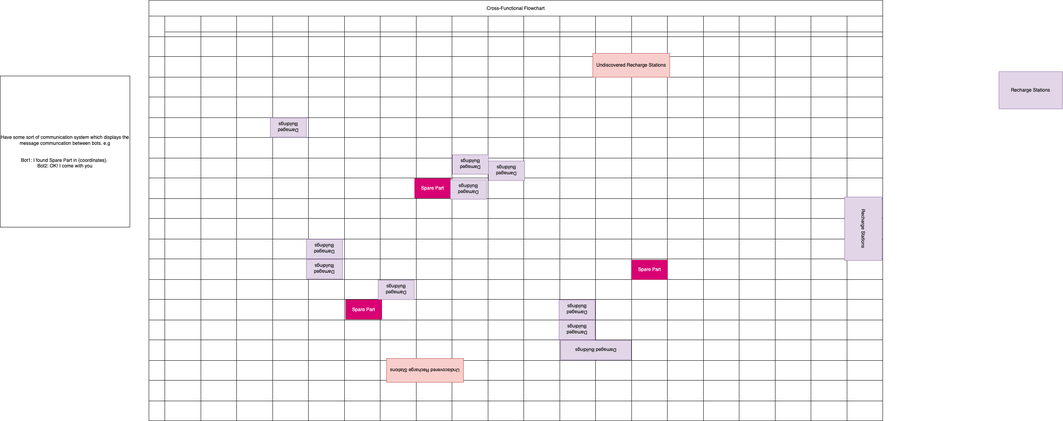
This is diagrams/map_example.png from Raul-Prisecaru/Techburg-city, a draw.io export, as it was before one commit. Source tidied: cells renumbered, new cells last; positions are measured from the earlier drawing's top-left corner, leaving out a move shared by most shapes.
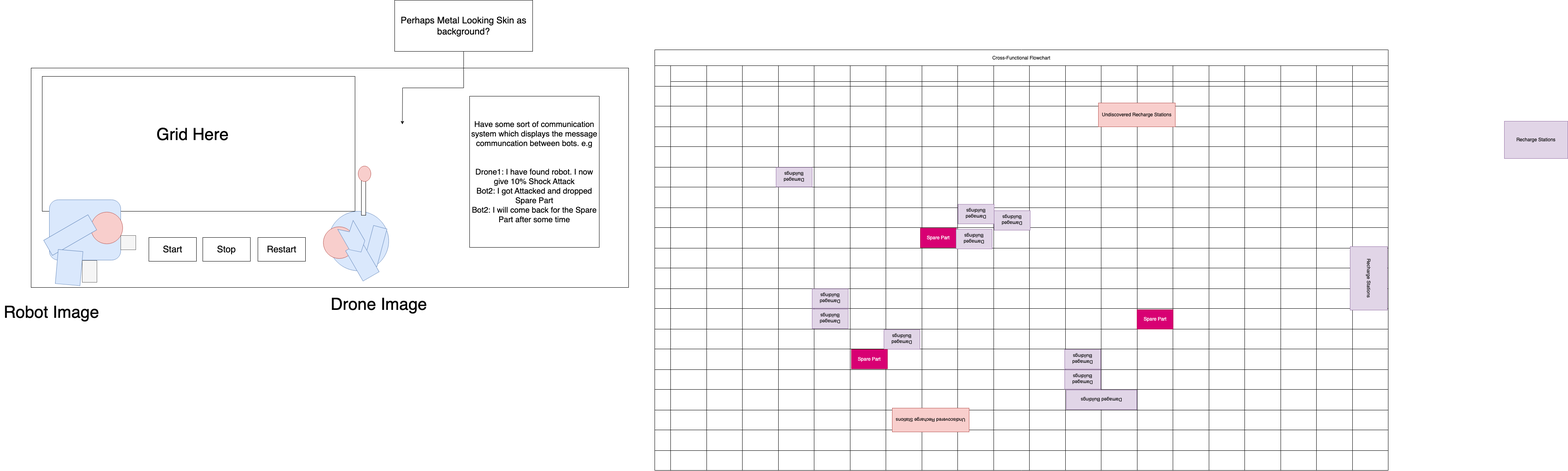
Later version of the same file.

Commit message:
Created a little mockup design for how GUI may look like

Diff of the diagram source:
```diff
@@ -2,6 +2,9 @@
   <root>
     <mxCell id="0" />
     <mxCell id="1" parent="0" />
+    <mxCell id="452" style="whiteSpace=wrap;html=1;" parent="1" vertex="1">
+      <mxGeometry x="-1198" y="46" width="1507" height="553" as="geometry" />
+    </mxCell>
     <mxCell id="2" value="Cross-Functional Flowchart" style="shape=table;startSize=40;" parent="1" vertex="1">
       <mxGeometry x="375" width="1850" height="1060" as="geometry" />
     </mxCell>
@@ -1349,8 +1352,76 @@
     <mxCell id="450" value="Recharge Stations" style="whiteSpace=wrap;html=1;fillColor=#e1d5e7;strokeColor=#9673a6;rotation=0;" parent="1" vertex="1">
       <mxGeometry x="2518" y="180" width="160" height="94" as="geometry" />
     </mxCell>
-    <mxCell id="451" value="Have some sort of communication system which displays the message communcation between bots. e.g&lt;br&gt;&lt;br&gt;&lt;br&gt;Bot1: I found Spare Part in {coordinates}.&amp;nbsp;&lt;br&gt;Bot2: OK! I come with you" style="whiteSpace=wrap;html=1;" parent="1" vertex="1">
-      <mxGeometry y="191" width="327" height="381" as="geometry" />
+    <mxCell id="451" value="&lt;font style=&quot;font-size: 20px;&quot;&gt;Have some sort of communication system which displays the message communcation between bots. e.g&lt;br&gt;&lt;br&gt;&lt;br&gt;Drone1: I have found robot. I now give 10% Shock Attack&lt;br&gt;Bot2: I got Attacked and dropped Spare Part&lt;br&gt;Bot2: I will come back for the Spare Part after some time&lt;br&gt;&lt;/font&gt;" style="whiteSpace=wrap;html=1;" parent="1" vertex="1">
+      <mxGeometry x="-92" y="117" width="327" height="381" as="geometry" />
     </mxCell>
+    <mxCell id="453" style="whiteSpace=wrap;html=1;" parent="1" vertex="1">
+      <mxGeometry x="-1170" y="67" width="789" height="340" as="geometry" />
+    </mxCell>
+    <mxCell id="454" style="rounded=1;whiteSpace=wrap;html=1;fillColor=#dae8fc;strokeColor=#6c8ebf;" parent="1" vertex="1">
+      <mxGeometry x="-1152" y="378" width="180" height="152" as="geometry" />
+    </mxCell>
+    <mxCell id="455" style="ellipse;whiteSpace=wrap;html=1;fillColor=#f8cecc;strokeColor=#b85450;" parent="1" vertex="1">
+      <mxGeometry x="-1047" y="409" width="80" height="80" as="geometry" />
+    </mxCell>
+    <mxCell id="456" style="whiteSpace=wrap;html=1;rotation=-30;fillColor=#dae8fc;strokeColor=#6c8ebf;" parent="1" vertex="1">
+      <mxGeometry x="-1164" y="445" width="129" height="44" as="geometry" />
+    </mxCell>
+    <mxCell id="457" style="whiteSpace=wrap;html=1;fillColor=#f5f5f5;strokeColor=#666666;fontColor=#333333;" parent="1" vertex="1">
+      <mxGeometry x="-972" y="468" width="38" height="36" as="geometry" />
+    </mxCell>
+    <mxCell id="458" style="whiteSpace=wrap;html=1;rotation=-85;fillColor=#dae8fc;strokeColor=#6c8ebf;" parent="1" vertex="1">
+      <mxGeometry x="-1145.3" y="517.6" width="86.3" height="62.5" as="geometry" />
+    </mxCell>
+    <mxCell id="459" style="whiteSpace=wrap;html=1;fillColor=#f5f5f5;strokeColor=#666666;fontColor=#333333;" parent="1" vertex="1">
+      <mxGeometry x="-1069" y="531" width="37" height="55" as="geometry" />
+    </mxCell>
+    <mxCell id="460" style="ellipse;whiteSpace=wrap;html=1;fillColor=#dae8fc;strokeColor=#6c8ebf;" parent="1" vertex="1">
+      <mxGeometry x="-448" y="407" width="152" height="150" as="geometry" />
+    </mxCell>
+    <mxCell id="461" style="ellipse;whiteSpace=wrap;html=1;fillColor=#f8cecc;strokeColor=#b85450;" parent="1" vertex="1">
+      <mxGeometry x="-461" y="446" width="80" height="80" as="geometry" />
+    </mxCell>
+    <mxCell id="462" style="whiteSpace=wrap;html=1;rotation=-75;fillColor=#dae8fc;strokeColor=#6c8ebf;" parent="1" vertex="1">
+      <mxGeometry x="-379" y="477" width="98" height="35" as="geometry" />
+    </mxCell>
+    <mxCell id="463" style="whiteSpace=wrap;html=1;rotation=-210;fillColor=#dae8fc;strokeColor=#6c8ebf;" parent="1" vertex="1">
+      <mxGeometry x="-386" y="489" width="47" height="88" as="geometry" />
+    </mxCell>
+    <mxCell id="464" style="shape=step;perimeter=stepPerimeter;whiteSpace=wrap;html=1;fixedSize=1;rotation=60;fillColor=#dae8fc;strokeColor=#6c8ebf;" parent="1" vertex="1">
+      <mxGeometry x="-425" y="453" width="79" height="45" as="geometry" />
+    </mxCell>
+    <mxCell id="465" style="whiteSpace=wrap;html=1;" parent="1" vertex="1">
+      <mxGeometry x="-365" y="319" width="11" height="98" as="geometry" />
+    </mxCell>
+    <mxCell id="466" style="ellipse;whiteSpace=wrap;html=1;fillColor=#f8cecc;strokeColor=#b85450;" parent="1" vertex="1">
+      <mxGeometry x="-373" y="293" width="32" height="39" as="geometry" />
+    </mxCell>
+    <mxCell id="467" value="&lt;font style=&quot;font-size: 42px;&quot;&gt;Grid Here&lt;/font&gt;" style="text;html=1;align=center;verticalAlign=middle;strokeColor=none;fillColor=none;" parent="1" vertex="1">
+      <mxGeometry x="-891" y="183" width="200" height="62" as="geometry" />
+    </mxCell>
+    <mxCell id="468" value="&lt;font style=&quot;font-size: 42px;&quot;&gt;Robot Image&lt;/font&gt;" style="text;html=1;align=center;verticalAlign=middle;strokeColor=none;fillColor=none;" parent="1" vertex="1">
+      <mxGeometry x="-1276" y="631" width="258" height="62" as="geometry" />
+    </mxCell>
+    <mxCell id="469" value="&lt;font style=&quot;font-size: 42px;&quot;&gt;Drone Image&lt;/font&gt;" style="text;html=1;align=center;verticalAlign=middle;strokeColor=none;fillColor=none;" parent="1" vertex="1">
+      <mxGeometry x="-451" y="611" width="261" height="62" as="geometry" />
+    </mxCell>
+    <mxCell id="470" value="&lt;font style=&quot;font-size: 23px;&quot;&gt;Start&lt;/font&gt;" style="whiteSpace=wrap;html=1;" parent="1" vertex="1">
+      <mxGeometry x="-901" y="473" width="120" height="60" as="geometry" />
+    </mxCell>
+    <mxCell id="471" value="&lt;font style=&quot;font-size: 23px;&quot;&gt;Stop&lt;/font&gt;" style="whiteSpace=wrap;html=1;" parent="1" vertex="1">
+      <mxGeometry x="-765" y="473" width="120" height="60" as="geometry" />
+    </mxCell>
+    <mxCell id="472" value="&lt;font style=&quot;font-size: 23px;&quot;&gt;Restart&lt;/font&gt;" style="whiteSpace=wrap;html=1;" parent="1" vertex="1">
+      <mxGeometry x="-626" y="473" width="120" height="60" as="geometry" />
+    </mxCell>
+    <mxCell id="473" style="edgeStyle=orthogonalEdgeStyle;rounded=0;jettySize=auto;html=1;" parent="1" edge="1" source="474">
+      <mxGeometry relative="1" as="geometry">
+        <mxPoint x="-261.6" y="188" as="targetPoint" />
+      </mxGeometry>
+    </mxCell>
+    <mxCell id="474" value="&lt;font style=&quot;font-size: 23px;&quot;&gt;Perhaps Metal Looking Skin as background?&lt;/font&gt;" style="whiteSpace=wrap;html=1;" parent="1" vertex="1">
+      <mxGeometry x="-281" y="-125" width="348" height="129" as="geometry" />
+    </mxCell>
   </root>
 </mxGraphModel>
```
